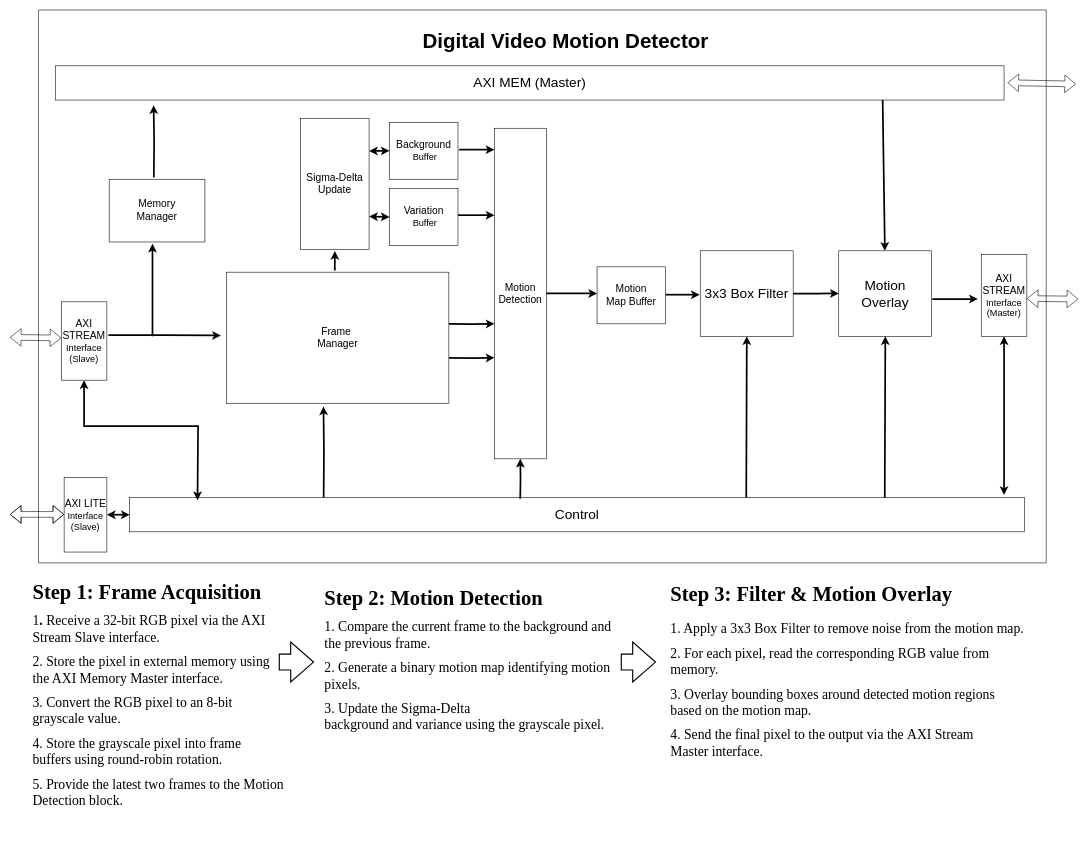
The draw.io diagram drawings/Block_Diagram_v5.drawio in sabarioded/Hardware_for_Digital_Video_Motion_Detector, before the edit. Source tidied: cells renumbered, new cells numbered last; positions are measured from the earlier drawing's top-left corner, leaving out a move shared by most shapes. Both pictures are drawn from the tidied source at 57%, with x=0, y=0 at pixel (10, 10).
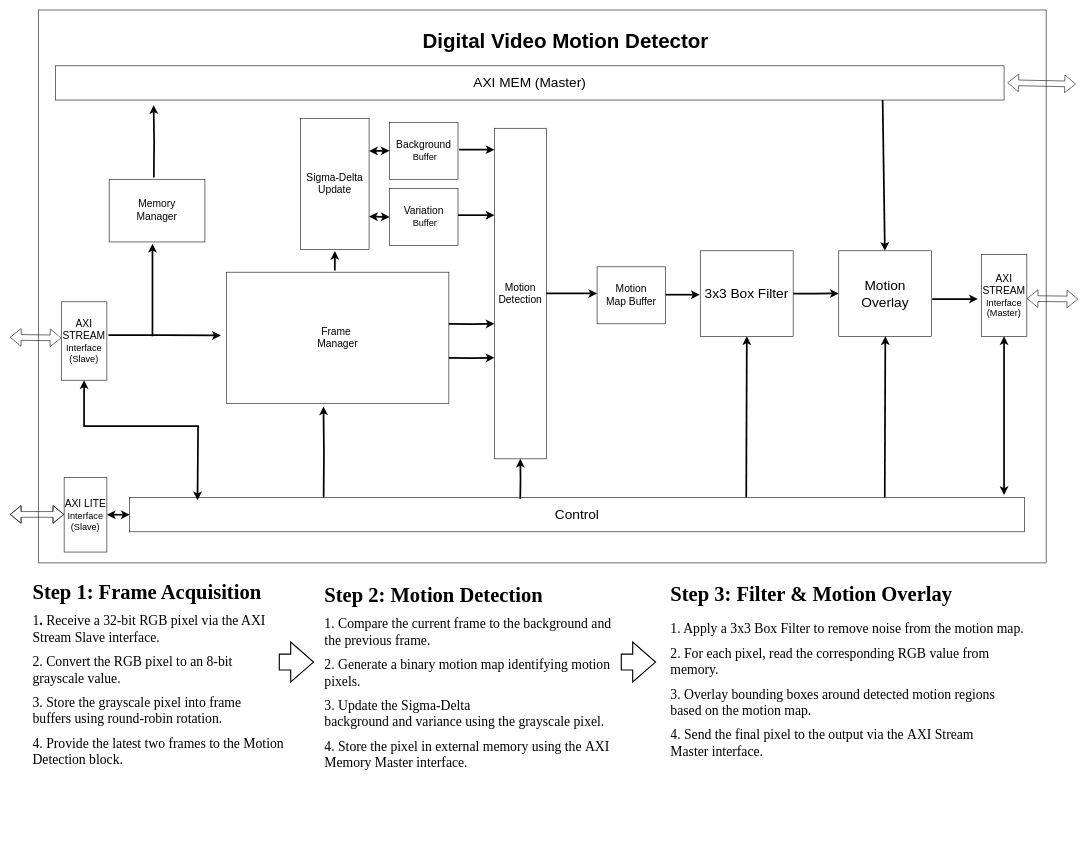
The same diagram, later.

Change to the diagram source:
```diff
@@
-    <mxCell id="39" value="&lt;h3 class=&quot;&quot;&gt;&lt;strong&gt;&lt;font face=&quot;Times New Roman&quot; style=&quot;font-size: 36px;&quot;&gt;Step 1: Frame Acquisition&lt;/font&gt;&lt;/strong&gt;&lt;/h3&gt;&lt;h3 class=&quot;&quot;&gt;&lt;font face=&quot;Times New Roman&quot; style=&quot;font-size: 24px;&quot;&gt;&lt;span style=&quot;font-weight: normal;&quot;&gt;1&lt;/span&gt;&lt;strong style=&quot;&quot;&gt;.&amp;nbsp;&lt;/strong&gt;&lt;span style=&quot;background-color: transparent; color: light-dark(rgb(0, 0, 0), rgb(255, 255, 255)); font-weight: normal;&quot;&gt;Receive a 32-bit RGB pixel via the &lt;/span&gt;&lt;span style=&quot;background-color: transparent; color: light-dark(rgb(0, 0, 0), rgb(255, 255, 255)); font-weight: normal;&quot;&gt;AXI Stream Slave&lt;/span&gt;&lt;span style=&quot;background-color: transparent; color: light-dark(rgb(0, 0, 0), rgb(255, 255, 255)); font-weight: normal;&quot;&gt; interface.&lt;/span&gt;&lt;/font&gt;&lt;/h3&gt;&lt;h3 class=&quot;&quot;&gt;&lt;font style=&quot;font-size: 24px;&quot; face=&quot;Times New Roman&quot;&gt;&lt;span style=&quot;background-color: transparent; color: light-dark(rgb(0, 0, 0), rgb(255, 255, 255)); font-weight: normal;&quot;&gt;2.&amp;nbsp;&lt;/span&gt;&lt;span style=&quot;background-color: transparent; color: light-dark(rgb(0, 0, 0), rgb(255, 255, 255)); font-weight: normal;&quot;&gt;Store the pixel in external memory using the &lt;/span&gt;&lt;span style=&quot;background-color: transparent; color: light-dark(rgb(0, 0, 0), rgb(255, 255, 255)); font-weight: normal;&quot;&gt;AXI Memory Master&lt;/span&gt;&lt;span style=&quot;background-color: transparent; color: light-dark(rgb(0, 0, 0), rgb(255, 255, 255)); font-weight: normal;&quot;&gt; interface.&lt;/span&gt;&lt;/font&gt;&lt;/h3&gt;&lt;div&gt;&lt;font face=&quot;Times New Roman&quot;&gt;&lt;span style=&quot;font-size: 24px;&quot;&gt;3.&amp;nbsp;&lt;/span&gt;&lt;/font&gt;&lt;span style=&quot;background-color: transparent; color: light-dark(rgb(0, 0, 0), rgb(255, 255, 255)); font-size: 24px; font-family: &amp;quot;Times New Roman&amp;quot;;&quot;&gt;Convert the RGB pixel to an 8-bit grayscale value.&lt;/span&gt;&lt;/div&gt;&lt;div&gt;&lt;h3 class=&quot;&quot;&gt;&lt;font style=&quot;font-size: 24px;&quot; face=&quot;Times New Roman&quot;&gt;&lt;span style=&quot;background-color: transparent; color: light-dark(rgb(0, 0, 0), rgb(255, 255, 255)); font-weight: normal;&quot;&gt;4. Store the grayscale pixel into&amp;nbsp;&lt;/span&gt;&lt;span style=&quot;background-color: transparent; color: light-dark(rgb(0, 0, 0), rgb(255, 255, 255)); font-weight: normal;&quot;&gt;frame buffers&lt;/span&gt;&lt;span style=&quot;background-color: transparent; color: light-dark(rgb(0, 0, 0), rgb(255, 255, 255)); font-weight: normal;&quot;&gt;&amp;nbsp;using round-robin rotation.&lt;/span&gt;&lt;/font&gt;&lt;/h3&gt;&lt;/div&gt;&lt;div&gt;&lt;h3 class=&quot;&quot;&gt;&lt;font style=&quot;font-size: 24px;&quot; face=&quot;Times New Roman&quot;&gt;&lt;span style=&quot;background-color: transparent; color: light-dark(rgb(0, 0, 0), rgb(255, 255, 255)); font-weight: normal;&quot;&gt;5. Provide the latest two frames to the&amp;nbsp;&lt;/span&gt;&lt;span style=&quot;background-color: transparent; color: light-dark(rgb(0, 0, 0), rgb(255, 255, 255)); font-weight: normal;&quot;&gt;Motion Detection&lt;/span&gt;&lt;span style=&quot;background-color: transparent; color: light-dark(rgb(0, 0, 0), rgb(255, 255, 255)); font-weight: normal;&quot;&gt;&amp;nbsp;block.&lt;/span&gt;&lt;/font&gt;&lt;/h3&gt;&lt;/div&gt;&lt;div&gt;&lt;font style=&quot;font-size: 24px;&quot; face=&quot;Times New Roman&quot;&gt;&lt;span style=&quot;background-color: transparent; color: light-dark(rgb(0, 0, 0), rgb(255, 255, 255)); font-weight: normal;&quot;&gt;&lt;br&gt;&lt;/span&gt;&lt;/font&gt;&lt;/div&gt;" style="text;html=1;whiteSpace=wrap;overflow=hidden;rounded=0;" parent="1" vertex="1">
+    <mxCell id="39" value="&lt;h3 class=&quot;&quot;&gt;&lt;strong&gt;&lt;font face=&quot;Times New Roman&quot; style=&quot;font-size: 36px;&quot;&gt;Step 1: Frame Acquisition&lt;/font&gt;&lt;/strong&gt;&lt;/h3&gt;&lt;h3 class=&quot;&quot;&gt;&lt;font face=&quot;Times New Roman&quot; style=&quot;font-size: 24px;&quot;&gt;&lt;span style=&quot;font-weight: normal;&quot;&gt;1&lt;/span&gt;&lt;strong style=&quot;&quot;&gt;.&amp;nbsp;&lt;/strong&gt;&lt;span style=&quot;background-color: transparent; color: light-dark(rgb(0, 0, 0), rgb(255, 255, 255)); font-weight: normal;&quot;&gt;Receive a 32-bit RGB pixel via the &lt;/span&gt;&lt;span style=&quot;background-color: transparent; color: light-dark(rgb(0, 0, 0), rgb(255, 255, 255)); font-weight: normal;&quot;&gt;AXI Stream Slave&lt;/span&gt;&lt;span style=&quot;background-color: transparent; color: light-dark(rgb(0, 0, 0), rgb(255, 255, 255)); font-weight: normal;&quot;&gt; interface.&lt;/span&gt;&lt;/font&gt;&lt;/h3&gt;&lt;h3 class=&quot;&quot;&gt;&lt;font style=&quot;background-color: transparent; color: light-dark(rgb(0, 0, 0), rgb(255, 255, 255)); font-size: 12px; font-weight: normal;&quot; face=&quot;Times New Roman&quot;&gt;&lt;span style=&quot;font-size: 24px;&quot;&gt;2.&amp;nbsp;&lt;/span&gt;&lt;/font&gt;&lt;span style=&quot;background-color: transparent; color: light-dark(rgb(0, 0, 0), rgb(255, 255, 255)); font-weight: normal; font-size: 24px; font-family: &amp;quot;Times New Roman&amp;quot;;&quot;&gt;Convert the RGB pixel to an 8-bit grayscale value.&lt;/span&gt;&lt;/h3&gt;&lt;div&gt;&lt;h3 class=&quot;&quot;&gt;&lt;font style=&quot;font-size: 24px;&quot; face=&quot;Times New Roman&quot;&gt;&lt;span style=&quot;background-color: transparent; color: light-dark(rgb(0, 0, 0), rgb(255, 255, 255)); font-weight: normal;&quot;&gt;3. Store the grayscale pixel into&amp;nbsp;&lt;/span&gt;&lt;span style=&quot;background-color: transparent; color: light-dark(rgb(0, 0, 0), rgb(255, 255, 255)); font-weight: normal;&quot;&gt;frame buffers&lt;/span&gt;&lt;span style=&quot;background-color: transparent; color: light-dark(rgb(0, 0, 0), rgb(255, 255, 255)); font-weight: normal;&quot;&gt;&amp;nbsp;using round-robin rotation.&lt;/span&gt;&lt;/font&gt;&lt;/h3&gt;&lt;/div&gt;&lt;div&gt;&lt;h3 class=&quot;&quot;&gt;&lt;font style=&quot;font-size: 24px;&quot; face=&quot;Times New Roman&quot;&gt;&lt;span style=&quot;background-color: transparent; color: light-dark(rgb(0, 0, 0), rgb(255, 255, 255)); font-weight: normal;&quot;&gt;4. Provide the latest two frames to the&amp;nbsp;&lt;/span&gt;&lt;span style=&quot;background-color: transparent; color: light-dark(rgb(0, 0, 0), rgb(255, 255, 255)); font-weight: normal;&quot;&gt;Motion Detection&lt;/span&gt;&lt;span style=&quot;background-color: transparent; color: light-dark(rgb(0, 0, 0), rgb(255, 255, 255)); font-weight: normal;&quot;&gt;&amp;nbsp;block.&lt;/span&gt;&lt;/font&gt;&lt;/h3&gt;&lt;/div&gt;&lt;div&gt;&lt;font style=&quot;font-size: 24px;&quot; face=&quot;Times New Roman&quot;&gt;&lt;span style=&quot;background-color: transparent; color: light-dark(rgb(0, 0, 0), rgb(255, 255, 255)); font-weight: normal;&quot;&gt;&lt;br&gt;&lt;/span&gt;&lt;/font&gt;&lt;/div&gt;" style="text;html=1;whiteSpace=wrap;overflow=hidden;rounded=0;" parent="1" vertex="1">
       <mxGeometry x="37.5" y="980" width="446" height="440" as="geometry" />
     </mxCell>
-    <mxCell id="40" value="&lt;h3 class=&quot;&quot;&gt;&lt;strong&gt;&lt;font style=&quot;font-size: 36px;&quot; face=&quot;Times New Roman&quot;&gt;Step 2: Motion Detection&lt;/font&gt;&lt;/strong&gt;&lt;/h3&gt;&lt;h3 class=&quot;&quot;&gt;&lt;font style=&quot;font-size: 24px;&quot; face=&quot;Times New Roman&quot;&gt;&lt;span style=&quot;background-color: transparent; color: light-dark(rgb(0, 0, 0), rgb(255, 255, 255));&quot;&gt;&lt;span style=&quot;font-weight: normal;&quot;&gt;1.&lt;/span&gt;&amp;nbsp;&lt;/span&gt;&lt;span style=&quot;background-color: transparent; color: light-dark(rgb(0, 0, 0), rgb(255, 255, 255)); font-weight: normal;&quot;&gt;Compare the current frame to the background and the previous frame.&lt;/span&gt;&lt;/font&gt;&lt;/h3&gt;&lt;h3 class=&quot;&quot;&gt;&lt;font style=&quot;font-size: 24px;&quot; face=&quot;Times New Roman&quot;&gt;&lt;span style=&quot;background-color: transparent; color: light-dark(rgb(0, 0, 0), rgb(255, 255, 255)); font-weight: normal;&quot;&gt;2. Generate a binary&amp;nbsp;&lt;/span&gt;&lt;span style=&quot;background-color: transparent; color: light-dark(rgb(0, 0, 0), rgb(255, 255, 255)); font-weight: normal;&quot;&gt;motion map&lt;/span&gt;&lt;span style=&quot;background-color: transparent; color: light-dark(rgb(0, 0, 0), rgb(255, 255, 255)); font-weight: normal;&quot;&gt;&amp;nbsp;identifying motion pixels.&lt;/span&gt;&lt;/font&gt;&lt;/h3&gt;&lt;h3 class=&quot;&quot;&gt;&lt;font style=&quot;font-size: 24px;&quot; face=&quot;Times New Roman&quot;&gt;&lt;span style=&quot;background-color: transparent; color: light-dark(rgb(0, 0, 0), rgb(255, 255, 255)); font-weight: normal;&quot;&gt;3. Update the&amp;nbsp;&lt;/span&gt;&lt;span style=&quot;font-weight: normal;&quot;&gt;&lt;span style=&quot;background-color: transparent; color: light-dark(rgb(0, 0, 0), rgb(255, 255, 255));&quot;&gt;Sigma-Delta background&lt;/span&gt;&lt;span style=&quot;background-color: transparent; color: light-dark(rgb(0, 0, 0), rgb(255, 255, 255));&quot;&gt;&amp;nbsp;&lt;/span&gt;&lt;/span&gt;&lt;span style=&quot;background-color: transparent; color: light-dark(rgb(0, 0, 0), rgb(255, 255, 255)); font-weight: normal;&quot;&gt;and&amp;nbsp;&lt;/span&gt;&lt;span style=&quot;background-color: transparent; color: light-dark(rgb(0, 0, 0), rgb(255, 255, 255)); font-weight: normal;&quot;&gt;variance&lt;/span&gt;&lt;span style=&quot;background-color: transparent; color: light-dark(rgb(0, 0, 0), rgb(255, 255, 255)); font-weight: normal;&quot;&gt;&amp;nbsp;using the grayscale pixel.&lt;/span&gt;&lt;/font&gt;&lt;/h3&gt;&lt;h3 class=&quot;&quot;&gt;&lt;div&gt;&lt;/div&gt;&lt;/h3&gt;&lt;h1 style=&quot;margin-top: 0px;&quot;&gt;&lt;ul&gt;&lt;br&gt;&lt;/ul&gt;&lt;/h1&gt;" style="text;html=1;whiteSpace=wrap;overflow=hidden;rounded=0;" parent="1" vertex="1">
-      <mxGeometry x="550" y="990" width="508" height="460" as="geometry" />
+    <mxCell id="40" value="&lt;h3 class=&quot;&quot;&gt;&lt;strong&gt;&lt;font style=&quot;font-size: 36px;&quot; face=&quot;Times New Roman&quot;&gt;Step 2: Motion Detection&lt;/font&gt;&lt;/strong&gt;&lt;/h3&gt;&lt;h3 class=&quot;&quot;&gt;&lt;font style=&quot;font-size: 24px;&quot; face=&quot;Times New Roman&quot;&gt;&lt;span style=&quot;background-color: transparent; color: light-dark(rgb(0, 0, 0), rgb(255, 255, 255));&quot;&gt;&lt;span style=&quot;font-weight: normal;&quot;&gt;1.&lt;/span&gt;&amp;nbsp;&lt;/span&gt;&lt;span style=&quot;background-color: transparent; color: light-dark(rgb(0, 0, 0), rgb(255, 255, 255)); font-weight: normal;&quot;&gt;Compare the current frame to the background and the previous frame.&lt;/span&gt;&lt;/font&gt;&lt;/h3&gt;&lt;h3 class=&quot;&quot;&gt;&lt;font style=&quot;font-size: 24px;&quot; face=&quot;Times New Roman&quot;&gt;&lt;span style=&quot;background-color: transparent; color: light-dark(rgb(0, 0, 0), rgb(255, 255, 255)); font-weight: normal;&quot;&gt;2. Generate a binary&amp;nbsp;&lt;/span&gt;&lt;span style=&quot;background-color: transparent; color: light-dark(rgb(0, 0, 0), rgb(255, 255, 255)); font-weight: normal;&quot;&gt;motion map&lt;/span&gt;&lt;span style=&quot;background-color: transparent; color: light-dark(rgb(0, 0, 0), rgb(255, 255, 255)); font-weight: normal;&quot;&gt;&amp;nbsp;identifying motion pixels.&lt;/span&gt;&lt;/font&gt;&lt;/h3&gt;&lt;h3 class=&quot;&quot;&gt;&lt;font style=&quot;font-size: 24px;&quot; face=&quot;Times New Roman&quot;&gt;&lt;span style=&quot;background-color: transparent; color: light-dark(rgb(0, 0, 0), rgb(255, 255, 255)); font-weight: normal;&quot;&gt;3. Update the&amp;nbsp;&lt;/span&gt;&lt;span style=&quot;font-weight: normal;&quot;&gt;&lt;span style=&quot;background-color: transparent; color: light-dark(rgb(0, 0, 0), rgb(255, 255, 255));&quot;&gt;Sigma-Delta background&lt;/span&gt;&lt;span style=&quot;background-color: transparent; color: light-dark(rgb(0, 0, 0), rgb(255, 255, 255));&quot;&gt;&amp;nbsp;&lt;/span&gt;&lt;/span&gt;&lt;span style=&quot;background-color: transparent; color: light-dark(rgb(0, 0, 0), rgb(255, 255, 255)); font-weight: normal;&quot;&gt;and&amp;nbsp;&lt;/span&gt;&lt;span style=&quot;background-color: transparent; color: light-dark(rgb(0, 0, 0), rgb(255, 255, 255)); font-weight: normal;&quot;&gt;variance&lt;/span&gt;&lt;span style=&quot;background-color: transparent; color: light-dark(rgb(0, 0, 0), rgb(255, 255, 255)); font-weight: normal;&quot;&gt;&amp;nbsp;using the grayscale pixel.&lt;/span&gt;&lt;/font&gt;&lt;/h3&gt;&lt;div&gt;&lt;font face=&quot;Times New Roman&quot;&gt;&lt;span style=&quot;font-size: 24px;&quot;&gt;4.&amp;nbsp;&lt;/span&gt;&lt;/font&gt;&lt;span style=&quot;font-size: 24px; font-family: &amp;quot;Times New Roman&amp;quot;; background-color: transparent; color: light-dark(rgb(0, 0, 0), rgb(255, 255, 255));&quot;&gt;Store the pixel in external memory using the&amp;nbsp;&lt;/span&gt;&lt;span style=&quot;font-size: 24px; font-family: &amp;quot;Times New Roman&amp;quot;; background-color: transparent; color: light-dark(rgb(0, 0, 0), rgb(255, 255, 255));&quot;&gt;AXI Memory Master&lt;/span&gt;&lt;span style=&quot;font-size: 24px; font-family: &amp;quot;Times New Roman&amp;quot;; background-color: transparent; color: light-dark(rgb(0, 0, 0), rgb(255, 255, 255));&quot;&gt;&amp;nbsp;interface.&lt;/span&gt;&lt;/div&gt;&lt;h3 class=&quot;&quot;&gt;&lt;div&gt;&lt;/div&gt;&lt;/h3&gt;&lt;h1 style=&quot;margin-top: 0px;&quot;&gt;&lt;ul&gt;&lt;br&gt;&lt;/ul&gt;&lt;/h1&gt;" style="text;html=1;whiteSpace=wrap;overflow=hidden;rounded=0;" parent="1" vertex="1">
+      <mxGeometry x="550" y="985" width="508" height="460" as="geometry" />
     </mxCell>
```
